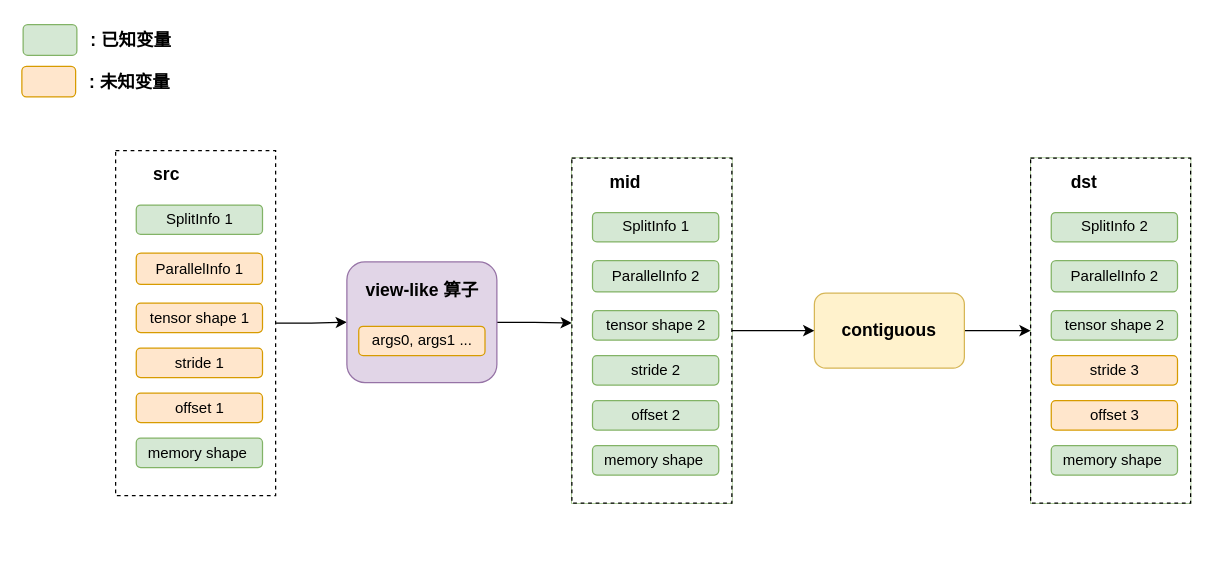
QLW7/draw_io keeps this draw.io diagram as contiguous_inferEngine.drawio. Above is the earlier version. Source tidied: cells renumbered, new cells numbered last; positions are measured from the earlier drawing's top-left corner, leaving out a move shared by most shapes. Both pictures are drawn from the tidied source at 125%, with x=0, y=0 at pixel (21, 21).
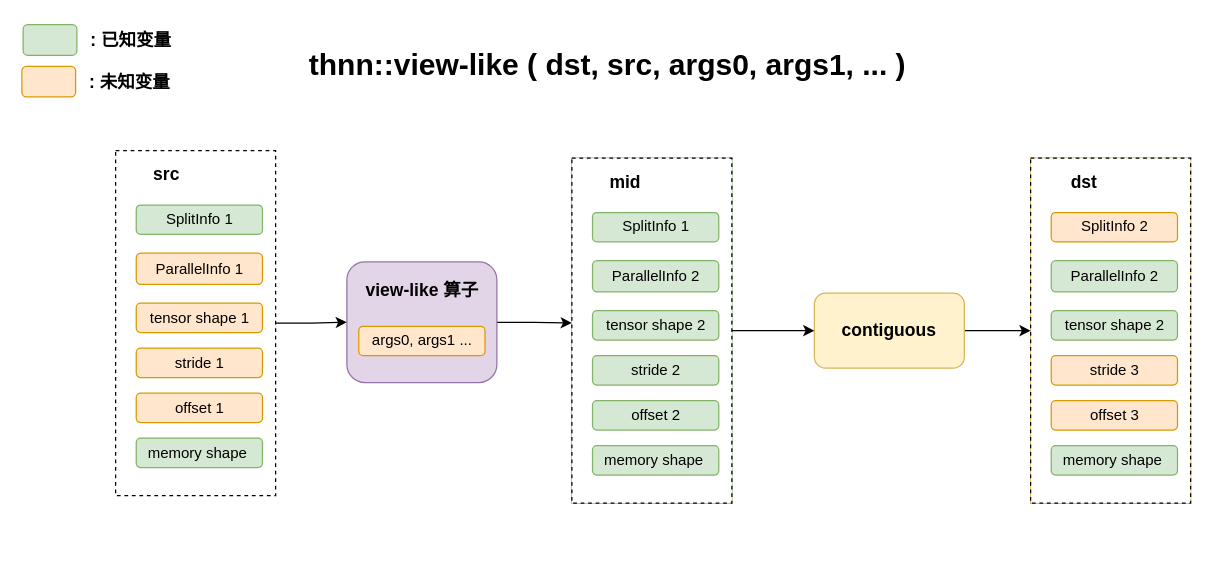
The same page after the edit.

Diff of the diagram source:
```diff
@@
-    <mxCell id="31" style="group;fillColor=#d5e8d4;strokeColor=#82b366;" parent="1" vertex="1">
+    <mxCell id="31" style="group;fillColor=#ffe6cc;strokeColor=#d79b00;" parent="1" vertex="1">
       <mxGeometry x="807" y="109" width="128" height="276" as="geometry" />
     </mxCell>
@@
-    <mxCell id="33" value="SplitInfo 2" style="rounded=1;whiteSpace=wrap;html=1;fillColor=#d5e8d4;strokeColor=#82b366;" parent="31" vertex="1">
+    <mxCell id="33" value="SplitInfo 2" style="rounded=1;whiteSpace=wrap;html=1;fillColor=#ffe6cc;strokeColor=#d79b00;" parent="31" vertex="1">
       <mxGeometry x="16.5" y="43.5" width="101" height="23.5" as="geometry" />
     </mxCell>
@@
+    <mxCell id="43" value="&lt;h1 style=&quot;margin-top: 0px;&quot;&gt;thnn::view-like ( dst, src, args0, args1, ... )&lt;/h1&gt;" style="text;html=1;whiteSpace=wrap;overflow=hidden;rounded=0;" parent="1" vertex="1">
+      <mxGeometry x="228" y="14" width="592" height="120" as="geometry" />
+    </mxCell>
```
